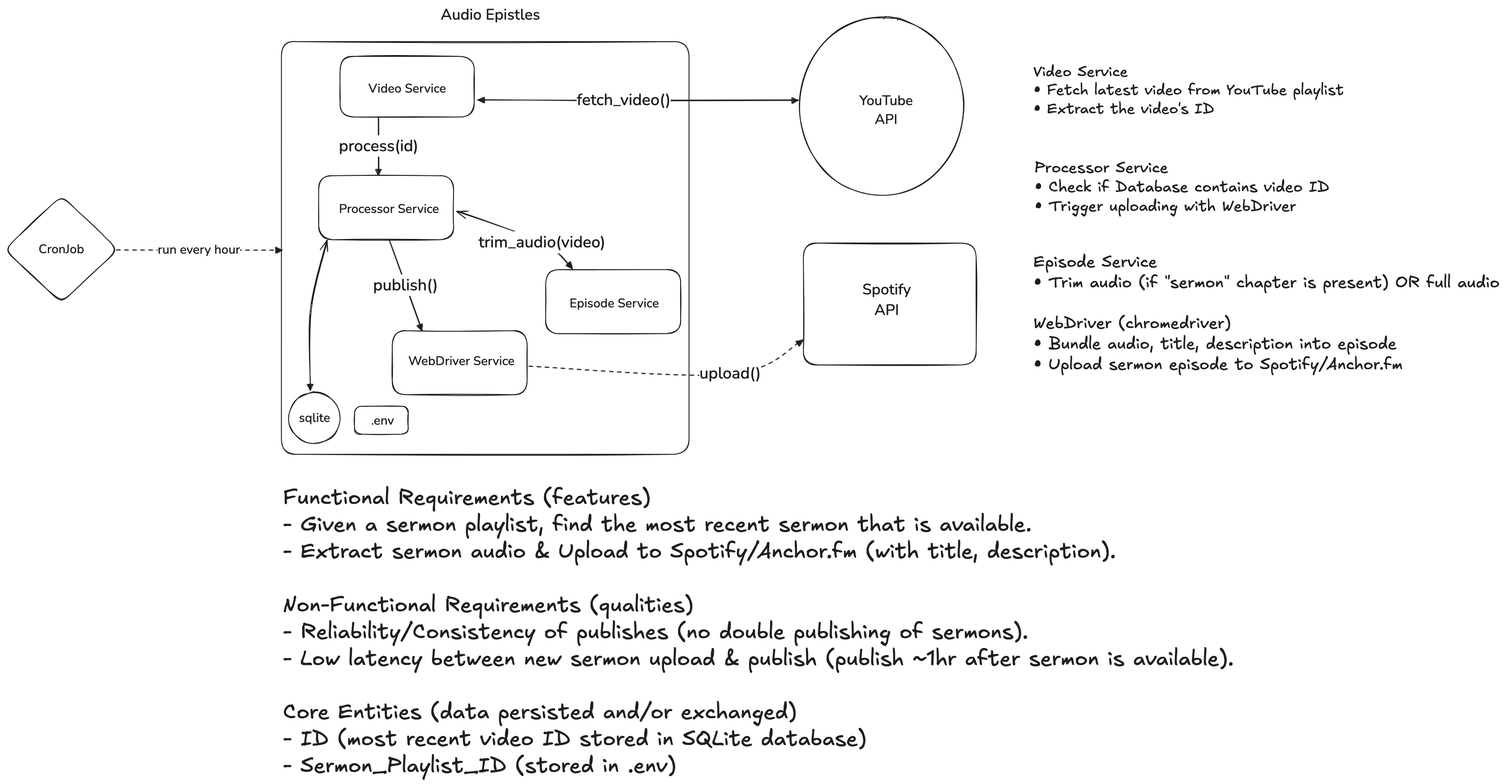
This is DESIGN-DOC.excalidraw.png from chornge/audio-epistles, a Excalidraw export, as it was before one commit. Source tidied: one line per element, renumbered; positions are measured from the earlier drawing's top-left corner, leaving out a move shared by most shapes.
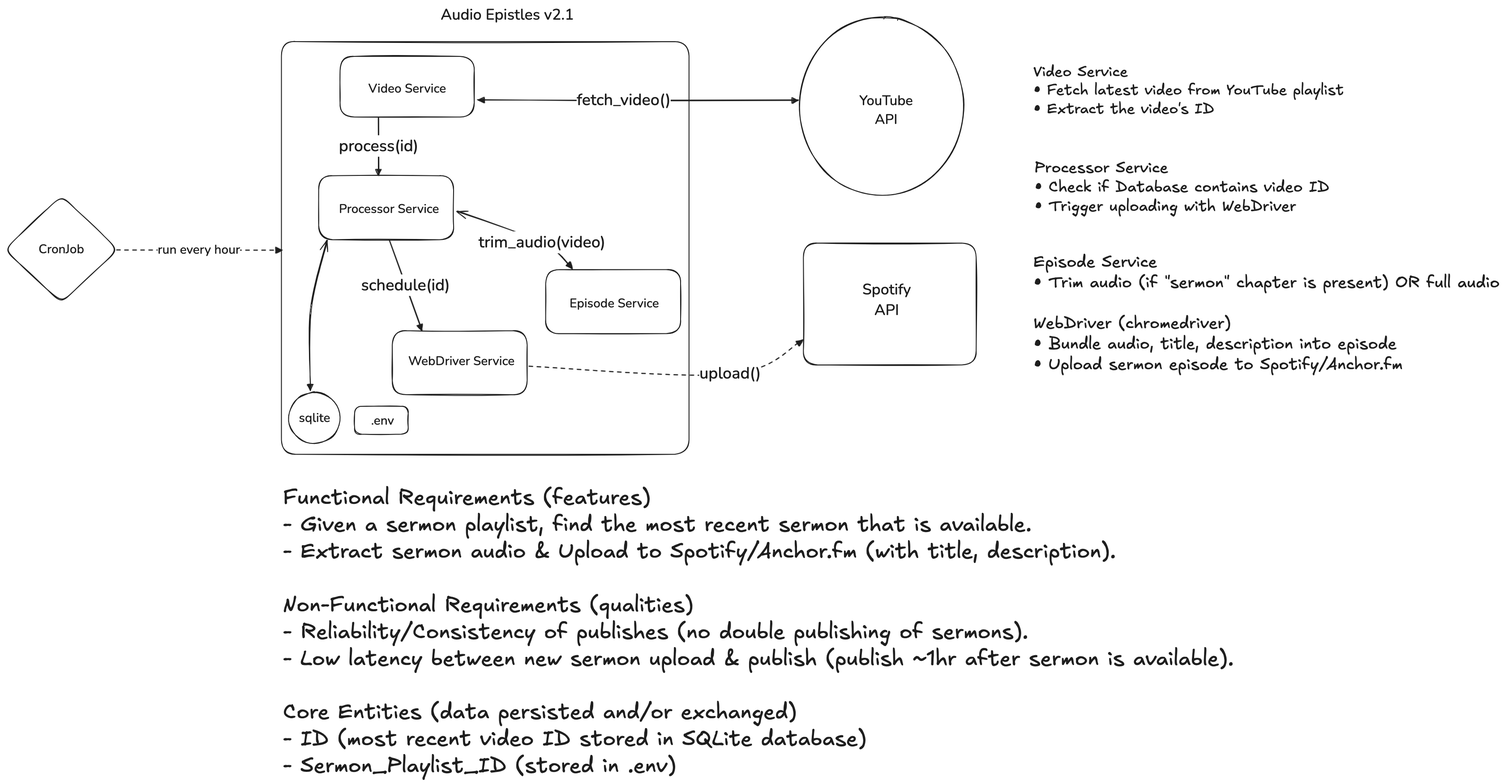
After the change.

Diff of the diagram source:
```diff
@@ -6,7 +6,7 @@
 {"id": 5, "type": "text", "text": "YouTube\nAPI", "strokeColor": "#1e1e1e", "strokeWidth": 2, "roughness": 1, "fontSize": 30.9, "fontFamily": 6, "textAlign": "center", "x": 1909, "y": 200, "width": 119, "height": 83}
 {"id": 6, "type": "diamond", "strokeColor": "#1e1e1e", "strokeWidth": 2, "roughness": 1, "round": true, "x": 0, "y": 434, "width": 254, "height": 239}
 {"id": 7, "type": "text", "text": "CronJob", "strokeColor": "#1e1e1e", "strokeWidth": 2, "strokeStyle": "dotted", "roughness": 1, "fontSize": 28, "fontFamily": 6, "textAlign": "center", "verticalAlign": "middle", "inside": 6, "x": 76, "y": 535, "width": 102, "height": 38}
-{"id": 8, "type": "text", "text": "Audio Epistles", "strokeColor": "#1e1e1e", "strokeWidth": 2, "roughness": 1, "fontSize": 34.12, "fontFamily": 6, "x": 974, "y": 6, "width": 222, "height": 46}
+{"id": 8, "type": "text", "text": "Audio Epistles v2.1", "strokeColor": "#1e1e1e", "strokeWidth": 2, "roughness": 1, "fontSize": 34.12, "fontFamily": 6, "x": 974, "y": 6, "width": 298, "height": 46}
 {"id": 9, "type": "text", "text": ".env", "strokeColor": "#1e1e1e", "strokeWidth": 2, "roughness": 1, "fontSize": 28, "fontFamily": 6, "textAlign": "center", "x": 819, "y": 917, "width": 51, "height": 38}
 {"id": 10, "type": "rectangle", "strokeColor": "#1e1e1e", "strokeWidth": 2, "roughness": 1, "round": true, "x": 1784, "y": 540, "width": 386, "height": 272}
 {"id": 11, "type": "text", "text": "Processor Service", "strokeColor": "#1e1e1e", "strokeWidth": 2, "roughness": 1, "fontSize": 28, "fontFamily": 6, "x": 747, "y": 444, "width": 223, "height": 38}
@@ -15,7 +15,7 @@
 {"id": 14, "type": "text", "text": "fetch_video()", "strokeColor": "#1e1e1e", "strokeWidth": 2, "roughness": 1, "fontSize": 36, "fontFamily": 6, "textAlign": "center", "verticalAlign": "middle", "inside": 13, "x": 1485, "y": 0, "width": 210, "height": 49}
 {"id": 15, "type": "arrow", "strokeColor": "#1e1e1e", "strokeWidth": 2, "roughness": 1, "startArrowhead": "arrow", "endArrowhead": "triangle", "round": true, "from": 19, "to": 3, "x": 720, "y": 534, "width": 36, "height": 335, "points": [[0, 0], [-36, 156], [-36, 335]]}
 {"id": 16, "type": "arrow", "strokeColor": "#1e1e1e", "strokeWidth": 2, "roughness": 1, "endArrowhead": "triangle", "round": true, "from": 19, "to": 32, "x": 859, "y": 533, "width": 73, "height": 202, "points": [[0, 0], [73, 202]]}
-{"id": 17, "type": "text", "text": "publish()", "strokeColor": "#1e1e1e", "strokeWidth": 2, "roughness": 1, "fontSize": 36, "fontFamily": 6, "textAlign": "center", "verticalAlign": "middle", "inside": 16, "x": 973, "y": 336, "width": 145, "height": 49}
+{"id": 17, "type": "text", "text": "schedule(id)", "strokeColor": "#1e1e1e", "strokeWidth": 2, "roughness": 1, "fontSize": 36, "fontFamily": 6, "textAlign": "center", "verticalAlign": "middle", "inside": 16, "x": 796, "y": 609, "width": 198, "height": 49}
 {"id": 18, "type": "ellipse", "strokeColor": "#1e1e1e", "strokeWidth": 2, "roughness": 1, "round": true, "x": 1776, "y": 35, "width": 367, "height": 399}
 {"id": 19, "type": "rectangle", "strokeColor": "#1e1e1e", "strokeWidth": 2, "roughness": 1, "round": true, "x": 702, "y": 389, "width": 301, "height": 143}
 {"id": 20, "type": "rectangle", "strokeColor": "#1e1e1e", "strokeWidth": 2, "roughness": 1, "round": true, "x": 750, "y": 122, "width": 300, "height": 135}
```
